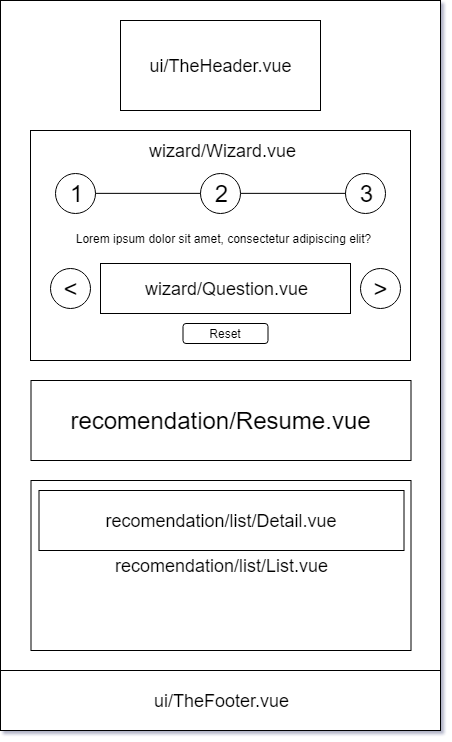
The draw.io diagram docs/components.png in ruisilva450/spotzer, before a commit. Source tidied: cells renumbered, new cells last; positions are measured from the earlier drawing's top-left corner, leaving out a move shared by most shapes. Source of this version:
```xml
<mxGraphModel>
  <root>
    <mxCell id="0" />
    <mxCell id="1" parent="0" />
    <mxCell id="2" style="rounded=0;whiteSpace=wrap;html=1;" parent="1" vertex="1">
      <mxGeometry width="440" height="730" as="geometry" />
    </mxCell>
    <mxCell id="3" value="&lt;font style=&quot;font-size: 18px&quot;&gt;ui/TheHeader.vue&lt;/font&gt;" style="rounded=0;whiteSpace=wrap;html=1;" parent="1" vertex="1">
      <mxGeometry x="120" y="20" width="200" height="90" as="geometry" />
    </mxCell>
    <mxCell id="4" style="rounded=0;whiteSpace=wrap;html=1;" parent="1" vertex="1">
      <mxGeometry x="30" y="130" width="380" height="230" as="geometry" />
    </mxCell>
    <mxCell id="5" value="&lt;font style=&quot;font-size: 18px&quot;&gt;wizard/Question.vue&lt;/font&gt;" style="rounded=0;whiteSpace=wrap;html=1;" parent="1" vertex="1">
      <mxGeometry x="100" y="263" width="250" height="50" as="geometry" />
    </mxCell>
    <mxCell id="6" value="&lt;font style=&quot;font-size: 24px&quot;&gt;1&lt;/font&gt;" style="ellipse;whiteSpace=wrap;html=1;" parent="1" vertex="1">
      <mxGeometry x="55" y="173" width="40" height="40" as="geometry" />
    </mxCell>
    <mxCell id="7" value="&lt;font style=&quot;font-size: 24px&quot;&gt;2&lt;/font&gt;" style="ellipse;whiteSpace=wrap;html=1;" parent="1" vertex="1">
      <mxGeometry x="200" y="173" width="40" height="40" as="geometry" />
    </mxCell>
    <mxCell id="8" value="&lt;font style=&quot;font-size: 24px&quot;&gt;3&lt;/font&gt;" style="ellipse;whiteSpace=wrap;html=1;" parent="1" vertex="1">
      <mxGeometry x="345" y="173" width="40" height="40" as="geometry" />
    </mxCell>
    <mxCell id="9" style="endArrow=none;html=1;entryX=1;entryY=0.5;entryDx=0;entryDy=0;exitX=0;exitY=0.5;exitDx=0;exitDy=0;" parent="1" edge="1" source="7" target="6">
      <mxGeometry relative="1" as="geometry" />
    </mxCell>
    <mxCell id="10" style="endArrow=none;html=1;entryX=1;entryY=0.5;entryDx=0;entryDy=0;exitX=0;exitY=0.5;exitDx=0;exitDy=0;" parent="1" edge="1" source="8" target="7">
      <mxGeometry relative="1" as="geometry" />
    </mxCell>
    <mxCell id="11" value="&lt;span&gt;Lorem ipsum dolor sit amet, consectetur adipiscing elit?&lt;br&gt;&lt;/span&gt;" style="text;html=1;strokeColor=none;fillColor=none;align=center;verticalAlign=middle;whiteSpace=wrap;rounded=0;" parent="1" vertex="1">
      <mxGeometry x="55" y="228" width="335" height="20" as="geometry" />
    </mxCell>
    <mxCell id="12" value="&lt;font style=&quot;font-size: 24px&quot;&gt;&amp;lt;&lt;/font&gt;" style="ellipse;whiteSpace=wrap;html=1;" parent="1" vertex="1">
      <mxGeometry x="50" y="268" width="40" height="40" as="geometry" />
    </mxCell>
    <mxCell id="13" value="&lt;font style=&quot;font-size: 24px&quot;&gt;&amp;gt;&lt;/font&gt;" style="ellipse;whiteSpace=wrap;html=1;" parent="1" vertex="1">
      <mxGeometry x="360" y="268" width="40" height="40" as="geometry" />
    </mxCell>
    <mxCell id="14" value="Reset" style="rounded=1;whiteSpace=wrap;html=1;" parent="1" vertex="1">
      <mxGeometry x="182.5" y="323" width="85" height="20" as="geometry" />
    </mxCell>
    <mxCell id="15" value="&lt;font style=&quot;font-size: 24px&quot;&gt;recomendation/Resume.vue&lt;br&gt;&lt;/font&gt;" style="rounded=0;whiteSpace=wrap;html=1;" parent="1" vertex="1">
      <mxGeometry x="30.5" y="380" width="380" height="80" as="geometry" />
    </mxCell>
    <mxCell id="16" value="&lt;font style=&quot;font-size: 18px&quot;&gt;recomendation/list/List.vue&lt;/font&gt;" style="rounded=0;whiteSpace=wrap;html=1;" parent="1" vertex="1">
      <mxGeometry x="30.5" y="480" width="380" height="170" as="geometry" />
    </mxCell>
    <mxCell id="17" value="&lt;font style=&quot;font-size: 18px&quot;&gt;recomendation/list/Detail.vue&lt;/font&gt;&lt;br&gt;" style="rounded=0;whiteSpace=wrap;html=1;" parent="1" vertex="1">
      <mxGeometry x="38.5" y="490" width="365" height="60" as="geometry" />
    </mxCell>
    <mxCell id="18" value="ui/TheFooter.vue&lt;br style=&quot;font-size: 18px;&quot;&gt;" style="rounded=0;whiteSpace=wrap;html=1;fontSize=18;" parent="1" vertex="1">
      <mxGeometry y="670" width="440" height="60" as="geometry" />
    </mxCell>
    <mxCell id="19" value="&lt;span&gt;&lt;font style=&quot;font-size: 18px&quot;&gt;wizard/Wizard.vue&lt;/font&gt;&lt;br&gt;&lt;/span&gt;" style="text;html=1;strokeColor=none;fillColor=none;align=center;verticalAlign=middle;whiteSpace=wrap;rounded=0;" parent="1" vertex="1">
      <mxGeometry x="53.5" y="140" width="335" height="20" as="geometry" />
    </mxCell>
  </root>
</mxGraphModel>
```
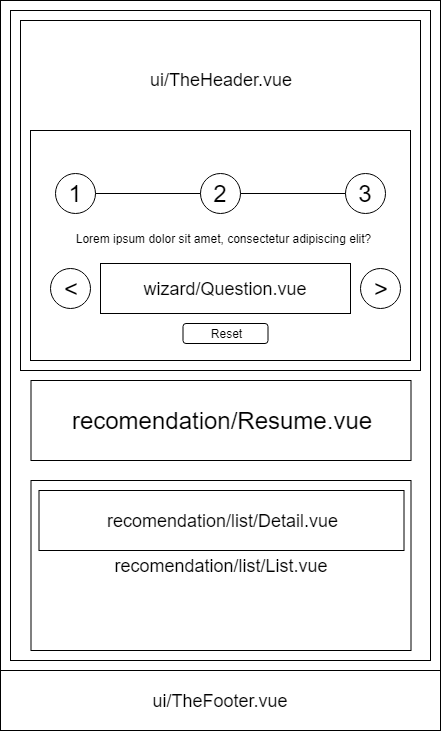
Above is the later version.

Change to the diagram source:
```diff
@@ -5,56 +5,62 @@
     <mxCell id="2" style="rounded=0;whiteSpace=wrap;html=1;" parent="1" vertex="1">
       <mxGeometry width="440" height="730" as="geometry" />
     </mxCell>
+    <mxCell id="18" value="ui/TheFooter.vue&lt;br style=&quot;font-size: 18px;&quot;&gt;" style="rounded=0;whiteSpace=wrap;html=1;fontSize=18;" parent="1" vertex="1">
+      <mxGeometry y="670" width="440" height="60" as="geometry" />
+    </mxCell>
+    <mxCell id="19" value="&lt;span&gt;&lt;font style=&quot;font-size: 18px&quot;&gt;wizard/Wizard.vue&lt;/font&gt;&lt;br&gt;&lt;/span&gt;" style="text;html=1;strokeColor=none;fillColor=none;align=center;verticalAlign=middle;whiteSpace=wrap;rounded=0;" parent="1" vertex="1">
+      <mxGeometry x="53.5" y="140" width="335" height="20" as="geometry" />
+    </mxCell>
+    <mxCell id="20" style="rounded=0;whiteSpace=wrap;html=1;" parent="1" vertex="1">
+      <mxGeometry x="10" y="10" width="420" height="650" as="geometry" />
+    </mxCell>
+    <mxCell id="21" style="group;" parent="1" vertex="1">
+      <mxGeometry x="20" y="20" width="400" height="630" as="geometry" />
+    </mxCell>
-    <mxCell id="3" value="&lt;font style=&quot;font-size: 18px&quot;&gt;ui/TheHeader.vue&lt;/font&gt;" style="rounded=0;whiteSpace=wrap;html=1;" parent="1" vertex="1">
-      <mxGeometry x="120" y="20" width="200" height="90" as="geometry" />
+    <mxCell id="3" value="&lt;font style=&quot;font-size: 18px&quot;&gt;ui/TheHeader.vue&lt;br&gt;&lt;br&gt;&lt;br&gt;&lt;br&gt;&lt;br&gt;&lt;br&gt;&lt;br&gt;&lt;br&gt;&lt;br&gt;&lt;br&gt;&lt;br&gt;&lt;br&gt;&lt;/font&gt;" style="rounded=0;whiteSpace=wrap;html=1;" parent="21" vertex="1">
+      <mxGeometry width="400" height="350" as="geometry" />
     </mxCell>
-    <mxCell id="4" style="rounded=0;whiteSpace=wrap;html=1;" parent="1" vertex="1">
-      <mxGeometry x="30" y="130" width="380" height="230" as="geometry" />
+    <mxCell id="4" style="rounded=0;whiteSpace=wrap;html=1;" parent="21" vertex="1">
+      <mxGeometry x="10" y="110" width="380" height="230" as="geometry" />
     </mxCell>
-    <mxCell id="5" value="&lt;font style=&quot;font-size: 18px&quot;&gt;wizard/Question.vue&lt;/font&gt;" style="rounded=0;whiteSpace=wrap;html=1;" parent="1" vertex="1">
-      <mxGeometry x="100" y="263" width="250" height="50" as="geometry" />
+    <mxCell id="5" value="&lt;font style=&quot;font-size: 18px&quot;&gt;wizard/Question.vue&lt;/font&gt;" style="rounded=0;whiteSpace=wrap;html=1;" parent="21" vertex="1">
+      <mxGeometry x="80" y="243" width="250" height="50" as="geometry" />
     </mxCell>
-    <mxCell id="6" value="&lt;font style=&quot;font-size: 24px&quot;&gt;1&lt;/font&gt;" style="ellipse;whiteSpace=wrap;html=1;" parent="1" vertex="1">
-      <mxGeometry x="55" y="173" width="40" height="40" as="geometry" />
+    <mxCell id="6" value="&lt;font style=&quot;font-size: 24px&quot;&gt;1&lt;/font&gt;" style="ellipse;whiteSpace=wrap;html=1;" parent="21" vertex="1">
+      <mxGeometry x="35" y="153" width="40" height="40" as="geometry" />
     </mxCell>
-    <mxCell id="7" value="&lt;font style=&quot;font-size: 24px&quot;&gt;2&lt;/font&gt;" style="ellipse;whiteSpace=wrap;html=1;" parent="1" vertex="1">
-      <mxGeometry x="200" y="173" width="40" height="40" as="geometry" />
+    <mxCell id="7" value="&lt;font style=&quot;font-size: 24px&quot;&gt;2&lt;/font&gt;" style="ellipse;whiteSpace=wrap;html=1;" parent="21" vertex="1">
+      <mxGeometry x="180" y="153" width="40" height="40" as="geometry" />
     </mxCell>
-    <mxCell id="8" value="&lt;font style=&quot;font-size: 24px&quot;&gt;3&lt;/font&gt;" style="ellipse;whiteSpace=wrap;html=1;" parent="1" vertex="1">
-      <mxGeometry x="345" y="173" width="40" height="40" as="geometry" />
+    <mxCell id="8" value="&lt;font style=&quot;font-size: 24px&quot;&gt;3&lt;/font&gt;" style="ellipse;whiteSpace=wrap;html=1;" parent="21" vertex="1">
+      <mxGeometry x="325" y="153" width="40" height="40" as="geometry" />
     </mxCell>
-    <mxCell id="9" style="endArrow=none;html=1;entryX=1;entryY=0.5;entryDx=0;entryDy=0;exitX=0;exitY=0.5;exitDx=0;exitDy=0;" parent="1" edge="1" source="7" target="6">
+    <mxCell id="9" style="endArrow=none;html=1;entryX=1;entryY=0.5;entryDx=0;entryDy=0;exitX=0;exitY=0.5;exitDx=0;exitDy=0;" parent="21" edge="1" source="7" target="6">
       <mxGeometry relative="1" as="geometry" />
     </mxCell>
-    <mxCell id="10" style="endArrow=none;html=1;entryX=1;entryY=0.5;entryDx=0;entryDy=0;exitX=0;exitY=0.5;exitDx=0;exitDy=0;" parent="1" edge="1" source="8" target="7">
+    <mxCell id="10" style="endArrow=none;html=1;entryX=1;entryY=0.5;entryDx=0;entryDy=0;exitX=0;exitY=0.5;exitDx=0;exitDy=0;" parent="21" edge="1" source="8" target="7">
       <mxGeometry relative="1" as="geometry" />
     </mxCell>
-    <mxCell id="11" value="&lt;span&gt;Lorem ipsum dolor sit amet, consectetur adipiscing elit?&lt;br&gt;&lt;/span&gt;" style="text;html=1;strokeColor=none;fillColor=none;align=center;verticalAlign=middle;whiteSpace=wrap;rounded=0;" parent="1" vertex="1">
-      <mxGeometry x="55" y="228" width="335" height="20" as="geometry" />
+    <mxCell id="11" value="&lt;span&gt;Lorem ipsum dolor sit amet, consectetur adipiscing elit?&lt;br&gt;&lt;/span&gt;" style="text;html=1;strokeColor=none;fillColor=none;align=center;verticalAlign=middle;whiteSpace=wrap;rounded=0;" parent="21" vertex="1">
+      <mxGeometry x="35" y="208" width="335" height="20" as="geometry" />
     </mxCell>
-    <mxCell id="12" value="&lt;font style=&quot;font-size: 24px&quot;&gt;&amp;lt;&lt;/font&gt;" style="ellipse;whiteSpace=wrap;html=1;" parent="1" vertex="1">
-      <mxGeometry x="50" y="268" width="40" height="40" as="geometry" />
+    <mxCell id="12" value="&lt;font style=&quot;font-size: 24px&quot;&gt;&amp;lt;&lt;/font&gt;" style="ellipse;whiteSpace=wrap;html=1;" parent="21" vertex="1">
+      <mxGeometry x="30" y="248" width="40" height="40" as="geometry" />
     </mxCell>
-    <mxCell id="13" value="&lt;font style=&quot;font-size: 24px&quot;&gt;&amp;gt;&lt;/font&gt;" style="ellipse;whiteSpace=wrap;html=1;" parent="1" vertex="1">
-      <mxGeometry x="360" y="268" width="40" height="40" as="geometry" />
+    <mxCell id="13" value="&lt;font style=&quot;font-size: 24px&quot;&gt;&amp;gt;&lt;/font&gt;" style="ellipse;whiteSpace=wrap;html=1;" parent="21" vertex="1">
+      <mxGeometry x="340" y="248" width="40" height="40" as="geometry" />
     </mxCell>
-    <mxCell id="14" value="Reset" style="rounded=1;whiteSpace=wrap;html=1;" parent="1" vertex="1">
-      <mxGeometry x="182.5" y="323" width="85" height="20" as="geometry" />
+    <mxCell id="14" value="Reset" style="rounded=1;whiteSpace=wrap;html=1;" parent="21" vertex="1">
+      <mxGeometry x="162.5" y="303" width="85" height="20" as="geometry" />
     </mxCell>
-    <mxCell id="15" value="&lt;font style=&quot;font-size: 24px&quot;&gt;recomendation/Resume.vue&lt;br&gt;&lt;/font&gt;" style="rounded=0;whiteSpace=wrap;html=1;" parent="1" vertex="1">
-      <mxGeometry x="30.5" y="380" width="380" height="80" as="geometry" />
+    <mxCell id="15" value="&lt;font style=&quot;font-size: 24px&quot;&gt;recomendation/Resume.vue&lt;br&gt;&lt;/font&gt;" style="rounded=0;whiteSpace=wrap;html=1;" parent="21" vertex="1">
+      <mxGeometry x="10.5" y="360" width="380" height="80" as="geometry" />
     </mxCell>
-    <mxCell id="16" value="&lt;font style=&quot;font-size: 18px&quot;&gt;recomendation/list/List.vue&lt;/font&gt;" style="rounded=0;whiteSpace=wrap;html=1;" parent="1" vertex="1">
-      <mxGeometry x="30.5" y="480" width="380" height="170" as="geometry" />
+    <mxCell id="16" value="&lt;font style=&quot;font-size: 18px&quot;&gt;recomendation/list/List.vue&lt;/font&gt;" style="rounded=0;whiteSpace=wrap;html=1;" parent="21" vertex="1">
+      <mxGeometry x="10.5" y="460" width="380" height="170" as="geometry" />
     </mxCell>
-    <mxCell id="17" value="&lt;font style=&quot;font-size: 18px&quot;&gt;recomendation/list/Detail.vue&lt;/font&gt;&lt;br&gt;" style="rounded=0;whiteSpace=wrap;html=1;" parent="1" vertex="1">
-      <mxGeometry x="38.5" y="490" width="365" height="60" as="geometry" />
+    <mxCell id="17" value="&lt;font style=&quot;font-size: 18px&quot;&gt;recomendation/list/Detail.vue&lt;/font&gt;&lt;br&gt;" style="rounded=0;whiteSpace=wrap;html=1;" parent="21" vertex="1">
+      <mxGeometry x="18.5" y="470" width="365" height="60" as="geometry" />
     </mxCell>
-    <mxCell id="18" value="ui/TheFooter.vue&lt;br style=&quot;font-size: 18px;&quot;&gt;" style="rounded=0;whiteSpace=wrap;html=1;fontSize=18;" parent="1" vertex="1">
-      <mxGeometry y="670" width="440" height="60" as="geometry" />
-    </mxCell>
-    <mxCell id="19" value="&lt;span&gt;&lt;font style=&quot;font-size: 18px&quot;&gt;wizard/Wizard.vue&lt;/font&gt;&lt;br&gt;&lt;/span&gt;" style="text;html=1;strokeColor=none;fillColor=none;align=center;verticalAlign=middle;whiteSpace=wrap;rounded=0;" parent="1" vertex="1">
-      <mxGeometry x="53.5" y="140" width="335" height="20" as="geometry" />
-    </mxCell>
   </root>
 </mxGraphModel>
```
